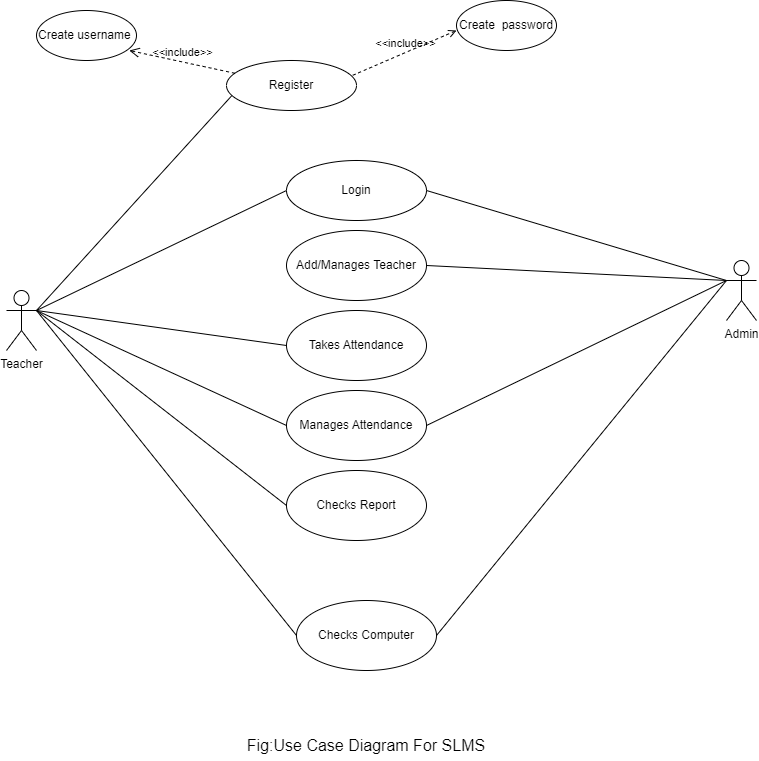
The draw.io diagram diagrams/usecase.png in samiiraryal/Smart-Lab-Management-System, before a commit. Source tidied: cells renumbered, new cells last; positions are measured from the earlier drawing's top-left corner, leaving out a move shared by most shapes.
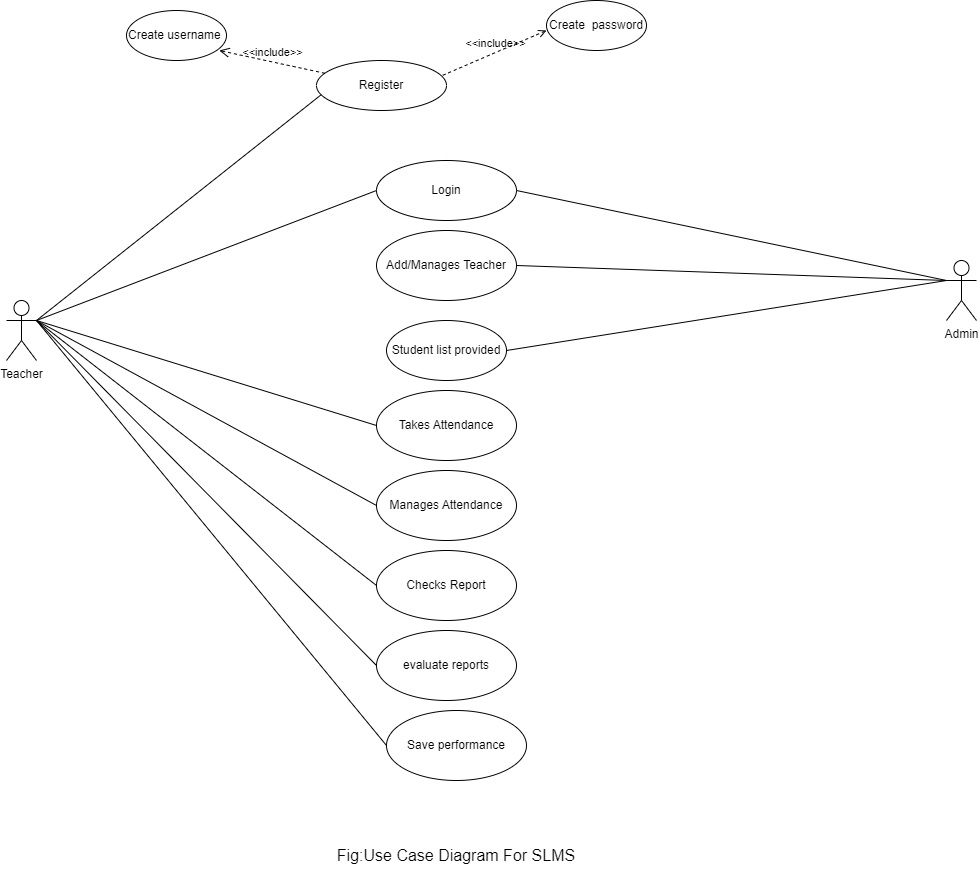
Above is the later version.

The edit, as a diff of the source:
```diff
@@ -3,10 +3,10 @@
     <mxCell id="0" />
     <mxCell id="1" parent="0" />
     <mxCell id="2" value="Teacher" style="shape=umlActor;verticalLabelPosition=bottom;verticalAlign=top;html=1;outlineConnect=0;" parent="1" vertex="1">
-      <mxGeometry y="290" width="30" height="60" as="geometry" />
+      <mxGeometry x="-90" y="300" width="30" height="60" as="geometry" />
     </mxCell>
     <mxCell id="3" value="Admin" style="shape=umlActor;verticalLabelPosition=bottom;verticalAlign=top;html=1;outlineConnect=0;" parent="1" vertex="1">
-      <mxGeometry x="720" y="260" width="30" height="60" as="geometry" />
+      <mxGeometry x="850" y="260" width="30" height="60" as="geometry" />
     </mxCell>
     <mxCell id="4" style="endArrow=none;html=1;rounded=0;exitX=1;exitY=0.3333333333333333;exitDx=0;exitDy=0;exitPerimeter=0;" parent="1" edge="1" source="2">
       <mxGeometry relative="1" as="geometry">
@@ -35,7 +35,7 @@
       <mxGeometry x="450" width="100" height="50" as="geometry" />
     </mxCell>
     <mxCell id="12" value="Takes Attendance" style="ellipse;whiteSpace=wrap;html=1;" parent="1" vertex="1">
-      <mxGeometry x="280" y="310" width="140" height="70" as="geometry" />
+      <mxGeometry x="280" y="390" width="140" height="70" as="geometry" />
     </mxCell>
     <mxCell id="13" style="endArrow=none;html=1;rounded=0;exitX=1;exitY=0.3333333333333333;exitDx=0;exitDy=0;exitPerimeter=0;entryX=0;entryY=0.5;entryDx=0;entryDy=0;" parent="1" edge="1" source="2" target="12">
       <mxGeometry relative="1" as="geometry" />
@@ -49,34 +49,38 @@
     <mxCell id="16" style="endArrow=none;html=1;rounded=0;entryX=0;entryY=0.3333333333333333;entryDx=0;entryDy=0;entryPerimeter=0;exitX=1;exitY=0.5;exitDx=0;exitDy=0;" parent="1" edge="1" source="7" target="3">
       <mxGeometry relative="1" as="geometry" />
     </mxCell>
-    <mxCell id="17" style="endArrow=none;html=1;rounded=0;entryX=0;entryY=0.3333333333333333;entryDx=0;entryDy=0;entryPerimeter=0;exitX=1;exitY=0.5;exitDx=0;exitDy=0;" parent="1" edge="1" source="18" target="3">
-      <mxGeometry relative="1" as="geometry" />
-    </mxCell>
     <mxCell id="18" value="Manages Attendance" style="ellipse;whiteSpace=wrap;html=1;" parent="1" vertex="1">
-      <mxGeometry x="280" y="390" width="140" height="70" as="geometry" />
+      <mxGeometry x="280" y="470" width="140" height="70" as="geometry" />
     </mxCell>
-    <mxCell id="19" style="endArrow=none;html=1;rounded=0;entryX=0;entryY=0.5;entryDx=0;entryDy=0;" parent="1" edge="1" target="18">
-      <mxGeometry relative="1" as="geometry">
-        <mxPoint x="30" y="310" as="sourcePoint" />
-      </mxGeometry>
+    <mxCell id="19" style="endArrow=none;html=1;rounded=0;entryX=0;entryY=0.5;entryDx=0;entryDy=0;exitX=1;exitY=0.3333333333333333;exitDx=0;exitDy=0;exitPerimeter=0;" parent="1" edge="1" source="2" target="18">
+      <mxGeometry relative="1" as="geometry" />
     </mxCell>
     <mxCell id="20" style="endArrow=none;html=1;rounded=0;exitX=1;exitY=0.3333333333333333;exitDx=0;exitDy=0;exitPerimeter=0;entryX=0;entryY=0.5;entryDx=0;entryDy=0;" parent="1" edge="1" source="2" target="21">
       <mxGeometry relative="1" as="geometry" />
     </mxCell>
     <mxCell id="21" value="Checks Report" style="ellipse;whiteSpace=wrap;html=1;" parent="1" vertex="1">
-      <mxGeometry x="280" y="470" width="140" height="70" as="geometry" />
+      <mxGeometry x="280" y="550" width="140" height="70" as="geometry" />
     </mxCell>
-    <mxCell id="22" value="Checks Computer" style="ellipse;whiteSpace=wrap;html=1;" parent="1" vertex="1">
-      <mxGeometry x="290" y="600" width="140" height="70" as="geometry" />
+    <mxCell id="22" value="Save performance" style="ellipse;whiteSpace=wrap;html=1;" parent="1" vertex="1">
+      <mxGeometry x="290" y="710" width="140" height="70" as="geometry" />
     </mxCell>
     <mxCell id="23" style="endArrow=none;html=1;rounded=0;exitX=1;exitY=0.3333333333333333;exitDx=0;exitDy=0;exitPerimeter=0;entryX=0;entryY=0.5;entryDx=0;entryDy=0;" parent="1" edge="1" source="2" target="22">
       <mxGeometry relative="1" as="geometry" />
     </mxCell>
-    <mxCell id="24" style="endArrow=none;html=1;rounded=0;entryX=0;entryY=0.3333333333333333;entryDx=0;entryDy=0;entryPerimeter=0;exitX=1;exitY=0.5;exitDx=0;exitDy=0;" parent="1" edge="1" source="22" target="3">
-      <mxGeometry relative="1" as="geometry" />
-    </mxCell>
     <mxCell id="25" value="&lt;font style=&quot;font-size: 16px;&quot;&gt;Fig:Use Case Diagram For SLMS&lt;/font&gt;" style="text;html=1;align=center;verticalAlign=middle;whiteSpace=wrap;rounded=0;" parent="1" vertex="1">
-      <mxGeometry x="180" y="730" width="360" height="30" as="geometry" />
+      <mxGeometry x="180" y="840" width="360" height="30" as="geometry" />
     </mxCell>
+    <mxCell id="26" value="evaluate reports" style="ellipse;whiteSpace=wrap;html=1;" parent="1" vertex="1">
+      <mxGeometry x="280" y="630" width="140" height="70" as="geometry" />
+    </mxCell>
+    <mxCell id="27" style="endArrow=none;html=1;rounded=0;entryX=1;entryY=0.3333333333333333;entryDx=0;entryDy=0;entryPerimeter=0;exitX=0;exitY=0.5;exitDx=0;exitDy=0;" parent="1" edge="1" source="26" target="2">
+      <mxGeometry relative="1" as="geometry" />
+    </mxCell>
+    <mxCell id="28" value="Student list provided" style="ellipse;whiteSpace=wrap;html=1;" parent="1" vertex="1">
+      <mxGeometry x="290" y="320" width="120" height="60" as="geometry" />
+    </mxCell>
+    <mxCell id="29" style="endArrow=none;html=1;rounded=0;entryX=0;entryY=0.3333333333333333;entryDx=0;entryDy=0;entryPerimeter=0;exitX=1;exitY=0.5;exitDx=0;exitDy=0;" parent="1" edge="1" source="28" target="3">
+      <mxGeometry relative="1" as="geometry" />
+    </mxCell>
   </root>
 </mxGraphModel>
```
